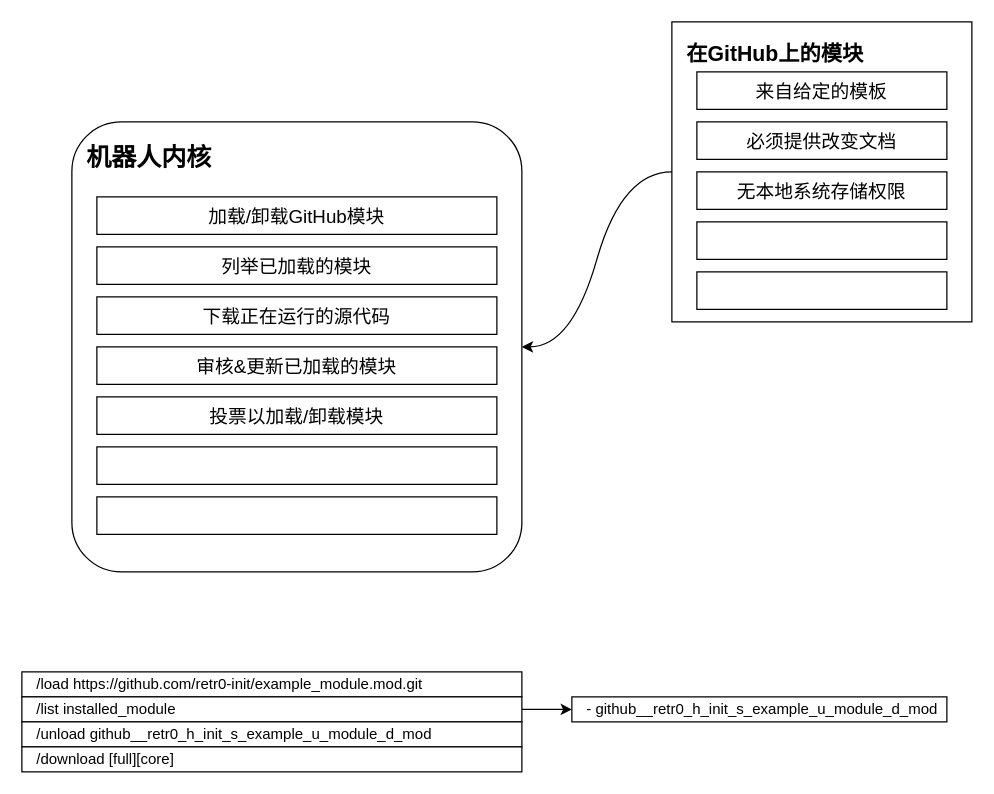
Above: discord-bot-framework.drawio in retr0-init/discord-bot-framework-doc (draw.io), before the change. Source tidied: cells renumbered, new cells numbered last; positions are measured from the earlier drawing's top-left corner, leaving out a move shared by most shapes. Both pictures are drawn from the tidied source at 125%, with x=0, y=0 at pixel (21, 21).
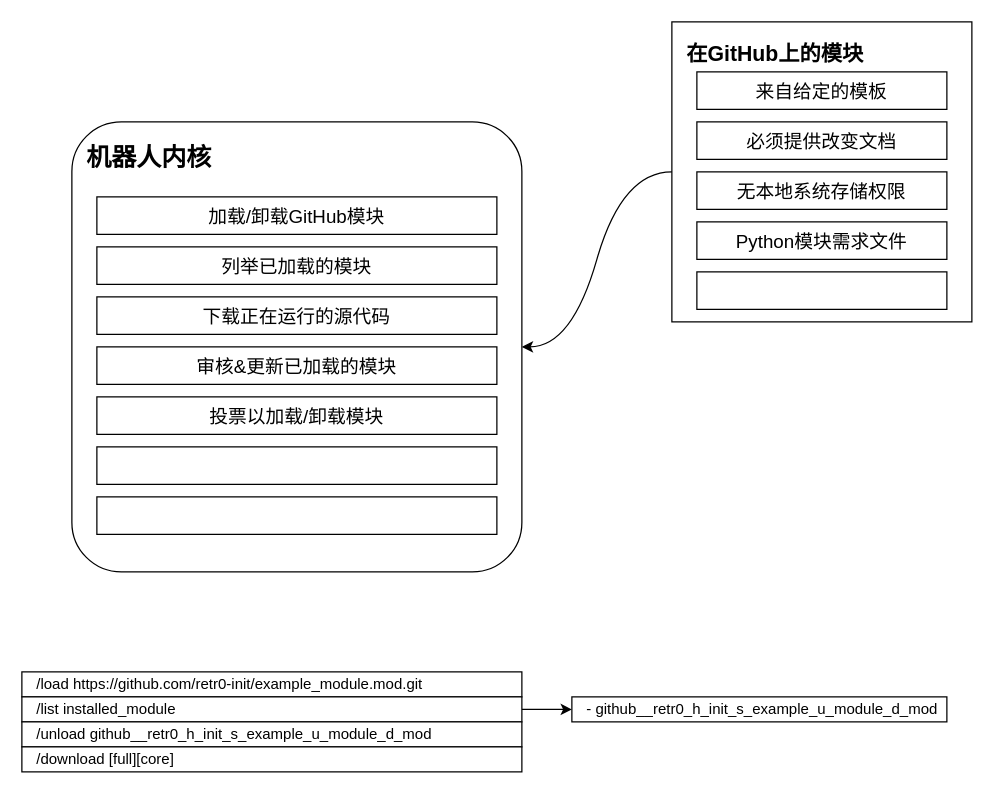
The same diagram, later.

The edit, as a diff of the source:
```diff
@@
-    <mxCell id="13" style="rounded=0;whiteSpace=wrap;html=1;fontSize=15;" parent="1" vertex="1">
+    <mxCell id="13" value="Python模块需求文件" style="rounded=0;whiteSpace=wrap;html=1;fontSize=15;" parent="1" vertex="1">
       <mxGeometry x="540" y="160" width="200" height="30" as="geometry" />
     </mxCell>
```
